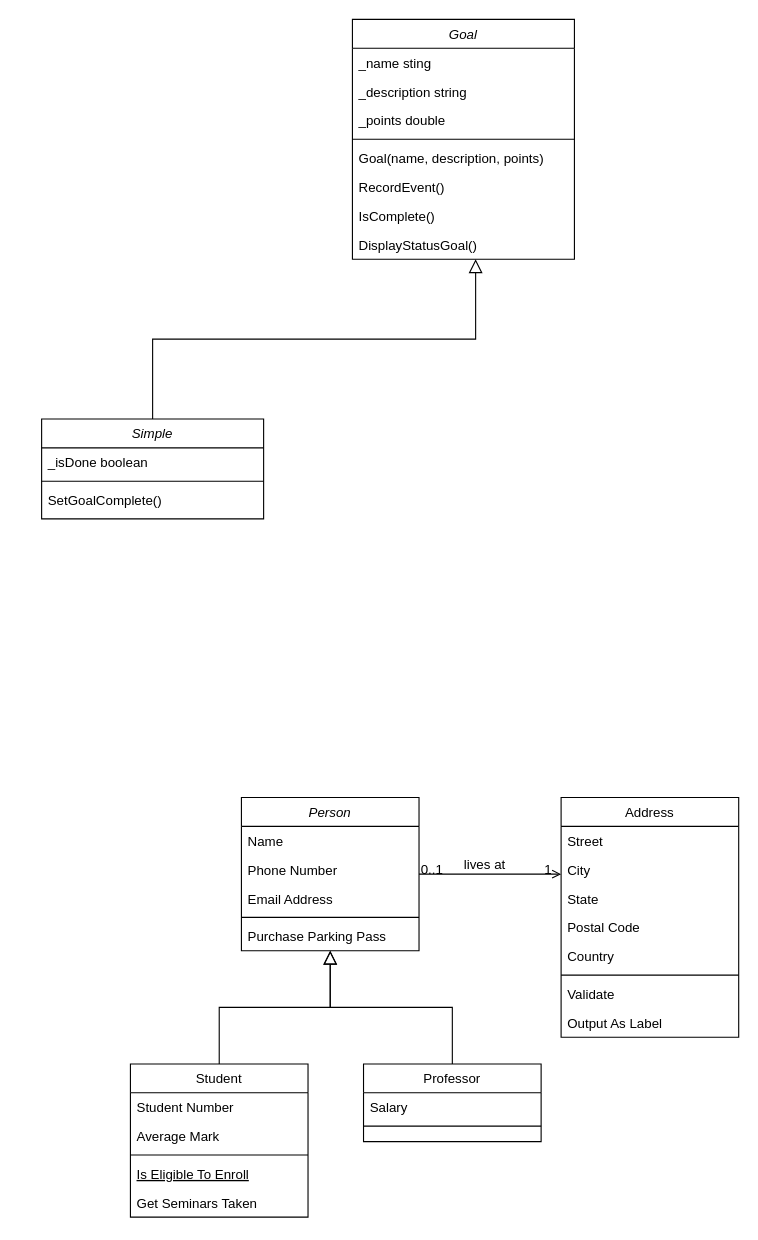
The draw.io diagram assets/EternalQuestProgram.drawio in neorgon/cse210-hw, before the edit. Source tidied: cells renumbered, new cells numbered last; positions are measured from the earlier drawing's top-left corner, leaving out a move shared by most shapes. Both pictures are drawn from the tidied source at 111%, with x=0, y=0 at pixel (41, 19).
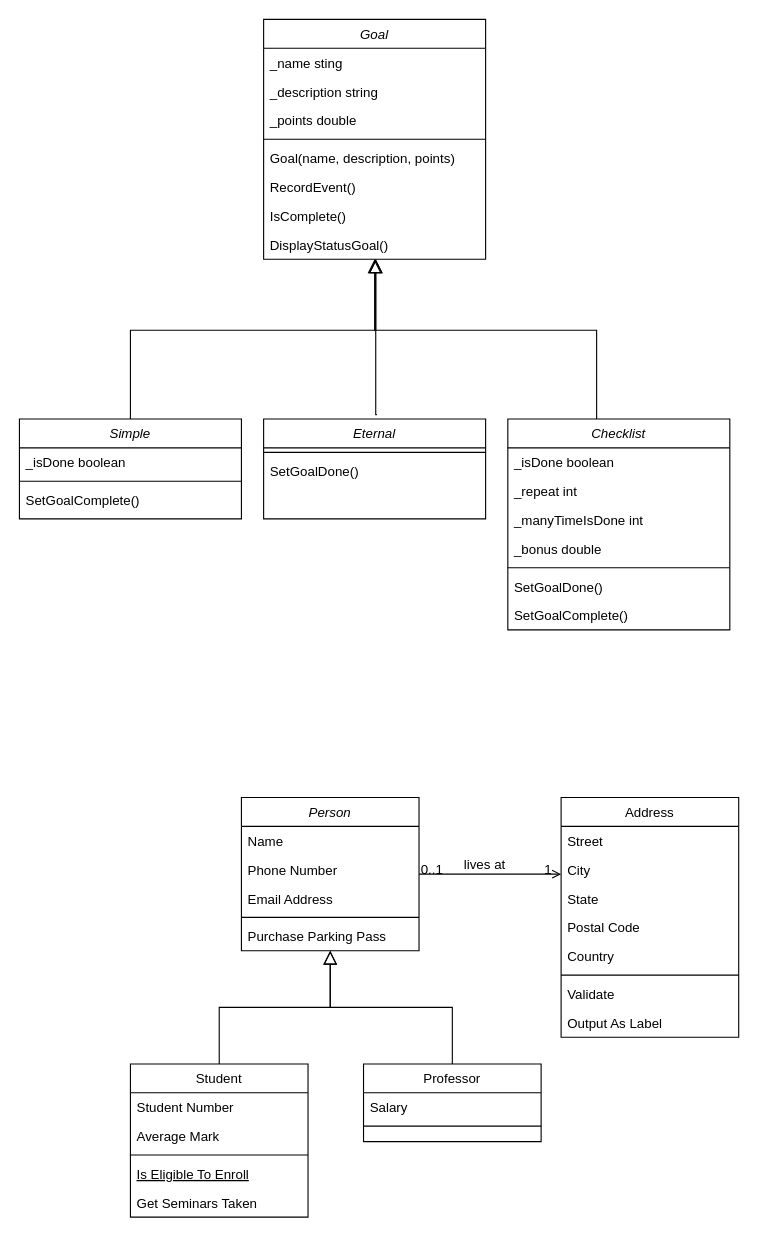
The same diagram, later.

Commit message:
Update class diagram

The change refers to these unchanged cells:
```xml
<mxCell id="40" value="DisplayStatusGoal()" style="text;align=left;verticalAlign=top;spacingLeft=4;spacingRight=4;overflow=hidden;points=[[0,0.5],[1,0.5]];portConstraint=eastwest;" parent="32" vertex="1">
  <mxGeometry y="190" width="200" height="26" as="geometry" />
</mxCell>
```

Diff of the diagram source:
```diff
@@
     <mxCell id="32" value="Goal" style="swimlane;fontStyle=2;align=center;verticalAlign=top;horizontal=1;startSize=26;rounded=0;shadow=0;strokeWidth=1;" parent="1" vertex="1">
-      <mxGeometry x="280" width="200" height="216" as="geometry" />
+      <mxGeometry x="200" width="200" height="216" as="geometry" />
     </mxCell>
@@
-    <mxCell id="41" style="edgeStyle=elbowEdgeStyle;rounded=0;jettySize=auto;html=1;entryX=0.555;entryY=1;entryDx=0;entryDy=0;entryPerimeter=0;elbow=vertical;endArrow=block;endFill=0;endSize=10;" parent="1" edge="1" source="42" target="40">
-      <mxGeometry relative="1" as="geometry" />
+    <mxCell id="41" style="edgeStyle=elbowEdgeStyle;rounded=0;jettySize=auto;html=1;elbow=vertical;endArrow=block;endFill=0;endSize=10;entryX=0.505;entryY=1;entryDx=0;entryDy=0;entryPerimeter=0;" parent="1" edge="1" source="42" target="40">
+      <mxGeometry relative="1" as="geometry">
+        <Array as="points">
+          <mxPoint x="360" y="280" />
+          <mxPoint x="360" y="280" />
+        </Array>
+      </mxGeometry>
     </mxCell>
     <mxCell id="42" value="Simple" style="swimlane;fontStyle=2;align=center;verticalAlign=top;horizontal=1;startSize=26;rounded=0;shadow=0;strokeWidth=1;" parent="1" vertex="1">
-      <mxGeometry y="360" width="200" height="90" as="geometry" />
+      <mxGeometry x="-20" y="360" width="200" height="90" as="geometry" />
     </mxCell>
@@
+    <mxCell id="46" style="edgeStyle=orthogonalEdgeStyle;rounded=0;orthogonalLoop=1;jettySize=auto;html=1;endSize=10;endArrow=block;endFill=0;exitX=0.5;exitY=0;exitDx=0;exitDy=0;" parent="1" edge="1">
+      <mxGeometry relative="1" as="geometry">
+        <mxPoint x="302" y="356" as="sourcePoint" />
+        <mxPoint x="301" y="216" as="targetPoint" />
+        <Array as="points">
+          <mxPoint x="301" y="356" />
+        </Array>
+      </mxGeometry>
+    </mxCell>
+    <mxCell id="47" value="Eternal" style="swimlane;fontStyle=2;align=center;verticalAlign=top;horizontal=1;startSize=26;rounded=0;shadow=0;strokeWidth=1;" parent="1" vertex="1">
+      <mxGeometry x="200" y="360" width="200" height="90" as="geometry" />
+    </mxCell>
+    <mxCell id="48" style="line;html=1;strokeWidth=1;align=left;verticalAlign=middle;spacingTop=-1;spacingLeft=3;spacingRight=3;labelPosition=right;" parent="47" vertex="1">
+      <mxGeometry y="26" width="200" height="8" as="geometry" />
+    </mxCell>
+    <mxCell id="49" value="SetGoalDone()" style="text;align=left;verticalAlign=top;spacingLeft=4;spacingRight=4;overflow=hidden;" parent="47" vertex="1">
+      <mxGeometry y="34" width="200" height="26" as="geometry" />
+    </mxCell>
+    <mxCell id="50" style="edgeStyle=elbowEdgeStyle;rounded=0;jettySize=auto;html=1;elbow=vertical;endSize=10;endArrow=block;endFill=0;" parent="1" edge="1" source="51" target="40">
+      <mxGeometry relative="1" as="geometry">
+        <Array as="points">
+          <mxPoint x="500" y="280" />
+        </Array>
+      </mxGeometry>
+    </mxCell>
+    <mxCell id="51" value="Checklist" style="swimlane;fontStyle=2;align=center;verticalAlign=top;horizontal=1;startSize=26;rounded=0;shadow=0;strokeWidth=1;" parent="1" vertex="1">
+      <mxGeometry x="420" y="360" width="200" height="190" as="geometry" />
+    </mxCell>
+    <mxCell id="52" value="_isDone boolean" style="text;align=left;verticalAlign=top;spacingLeft=4;spacingRight=4;overflow=hidden;" parent="51" vertex="1">
+      <mxGeometry y="26" width="200" height="26" as="geometry" />
+    </mxCell>
+    <mxCell id="53" value="_repeat int" style="text;align=left;verticalAlign=top;spacingLeft=4;spacingRight=4;overflow=hidden;" parent="51" vertex="1">
+      <mxGeometry y="52" width="200" height="26" as="geometry" />
+    </mxCell>
+    <mxCell id="54" value="_manyTimeIsDone int" style="text;align=left;verticalAlign=top;spacingLeft=4;spacingRight=4;overflow=hidden;" parent="51" vertex="1">
+      <mxGeometry y="78" width="200" height="26" as="geometry" />
+    </mxCell>
+    <mxCell id="55" value="_bonus double" style="text;align=left;verticalAlign=top;spacingLeft=4;spacingRight=4;overflow=hidden;" parent="51" vertex="1">
+      <mxGeometry y="104" width="200" height="26" as="geometry" />
+    </mxCell>
+    <mxCell id="56" style="line;html=1;strokeWidth=1;align=left;verticalAlign=middle;spacingTop=-1;spacingLeft=3;spacingRight=3;labelPosition=right;" parent="51" vertex="1">
+      <mxGeometry y="130" width="200" height="8" as="geometry" />
+    </mxCell>
+    <mxCell id="57" value="SetGoalDone()" style="text;align=left;verticalAlign=top;spacingLeft=4;spacingRight=4;overflow=hidden;" parent="51" vertex="1">
+      <mxGeometry y="138" width="200" height="26" as="geometry" />
+    </mxCell>
+    <mxCell id="58" value="SetGoalComplete()" style="text;align=left;verticalAlign=top;spacingLeft=4;spacingRight=4;overflow=hidden;" parent="51" vertex="1">
+      <mxGeometry y="164" width="200" height="26" as="geometry" />
+    </mxCell>
```
